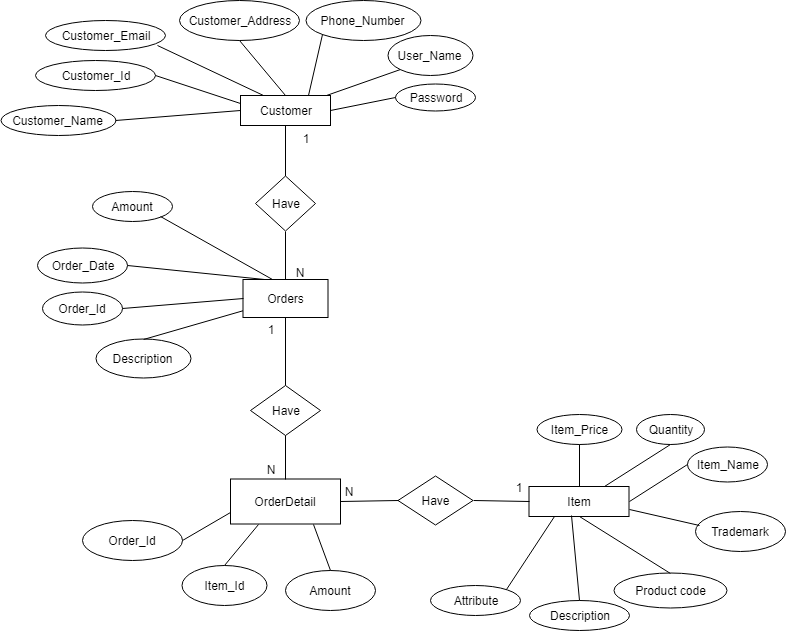
The draw.io diagram Document/ERD.png in LinhNguyennnn/Shop_HeadPhone_G03, before a commit. Source tidied: cells renumbered, new cells last; positions are measured from the earlier drawing's top-left corner, leaving out a move shared by most shapes.
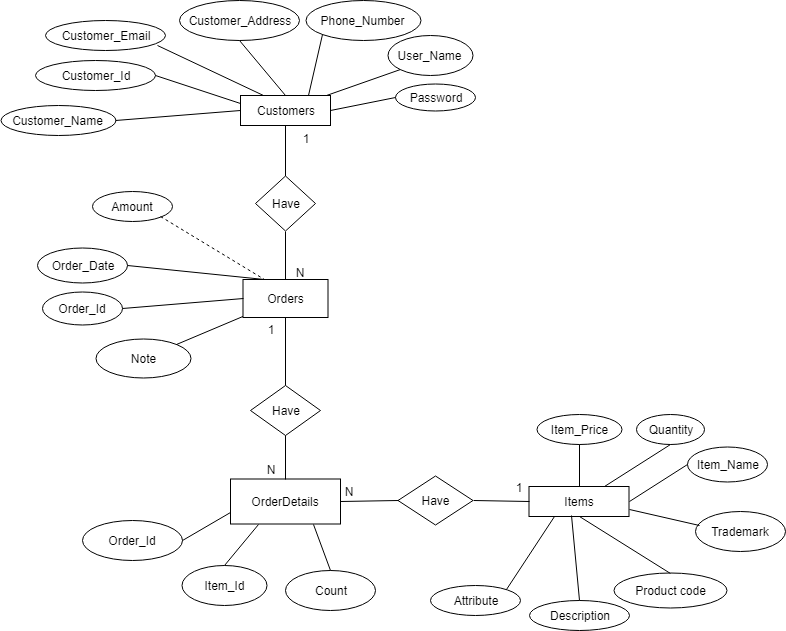
The same file after the commit.

What changed in the source:
```diff
@@ -2,10 +2,10 @@
   <root>
     <mxCell id="0" />
     <mxCell id="1" parent="0" />
-    <mxCell id="2" value="Customer" style="rounded=0;whiteSpace=wrap;html=1;" parent="1" vertex="1">
+    <mxCell id="2" value="Customers" style="rounded=0;whiteSpace=wrap;html=1;" parent="1" vertex="1">
       <mxGeometry x="240" y="95" width="90" height="30" as="geometry" />
     </mxCell>
-    <mxCell id="3" value="Item" style="rounded=0;whiteSpace=wrap;html=1;" parent="1" vertex="1">
+    <mxCell id="3" value="Items" style="rounded=0;whiteSpace=wrap;html=1;" parent="1" vertex="1">
       <mxGeometry x="528.5" y="486" width="100" height="30" as="geometry" />
     </mxCell>
     <mxCell id="4" value="Customer_Name" style="ellipse;whiteSpace=wrap;html=1;" parent="1" vertex="1">
@@ -92,10 +92,10 @@
     <mxCell id="31" value="Order_Date" style="ellipse;whiteSpace=wrap;html=1;" parent="1" vertex="1">
       <mxGeometry x="36.5" y="247" width="90" height="35" as="geometry" />
     </mxCell>
-    <mxCell id="32" value="Description" style="ellipse;whiteSpace=wrap;html=1;" parent="1" vertex="1">
+    <mxCell id="32" value="Note" style="ellipse;whiteSpace=wrap;html=1;" parent="1" vertex="1">
       <mxGeometry x="95" y="338.5" width="95" height="39" as="geometry" />
     </mxCell>
-    <mxCell id="33" style="endArrow=none;html=1;entryX=0.5;entryY=0;entryDx=0;entryDy=0;" parent="1" edge="1" source="29" target="32">
+    <mxCell id="33" style="endArrow=none;html=1;entryX=1;entryY=0;entryDx=0;entryDy=0;" parent="1" edge="1" source="29" target="32">
       <mxGeometry relative="1" as="geometry" />
     </mxCell>
     <mxCell id="34" style="endArrow=none;html=1;entryX=1;entryY=0.5;entryDx=0;entryDy=0;exitX=0.25;exitY=0;exitDx=0;exitDy=0;" parent="1" edge="1" source="29" target="31">
@@ -119,13 +119,13 @@
     <mxCell id="40" value="N" style="text;html=1;strokeColor=none;fillColor=none;align=center;verticalAlign=middle;whiteSpace=wrap;rounded=0;" parent="1" vertex="1">
       <mxGeometry x="279" y="262" width="40" height="20" as="geometry" />
     </mxCell>
-    <mxCell id="41" value="OrderDetail" style="rounded=0;whiteSpace=wrap;html=1;" parent="1" vertex="1">
+    <mxCell id="41" value="OrderDetails" style="rounded=0;whiteSpace=wrap;html=1;" parent="1" vertex="1">
       <mxGeometry x="230" y="478.5" width="110" height="45" as="geometry" />
     </mxCell>
     <mxCell id="42" value="Order_Id" style="ellipse;whiteSpace=wrap;html=1;" parent="1" vertex="1">
       <mxGeometry x="81.5" y="520" width="100" height="40" as="geometry" />
     </mxCell>
-    <mxCell id="43" value="Amount" style="ellipse;whiteSpace=wrap;html=1;" parent="1" vertex="1">
+    <mxCell id="43" value="Count" style="ellipse;whiteSpace=wrap;html=1;" parent="1" vertex="1">
       <mxGeometry x="285" y="570" width="90" height="40" as="geometry" />
     </mxCell>
     <mxCell id="44" style="endArrow=none;html=1;entryX=0;entryY=0.75;entryDx=0;entryDy=0;exitX=1;exitY=0.5;exitDx=0;exitDy=0;" parent="1" edge="1" source="42" target="41">
@@ -167,9 +167,6 @@
     <mxCell id="56" value="&lt;span&gt;Amount&lt;/span&gt;" style="ellipse;whiteSpace=wrap;html=1;" parent="1" vertex="1">
       <mxGeometry x="91.5" y="190.5" width="80" height="30" as="geometry" />
     </mxCell>
-    <mxCell id="57" style="endArrow=none;html=1;entryX=0.347;entryY=0;entryDx=0;entryDy=0;entryPerimeter=0;exitX=1;exitY=1;exitDx=0;exitDy=0;" parent="1" edge="1" source="56" target="29">
-      <mxGeometry relative="1" as="geometry" />
-    </mxCell>
     <mxCell id="58" value="Item_Id" style="ellipse;whiteSpace=wrap;html=1;" parent="1" vertex="1">
       <mxGeometry x="181.5" y="565" width="85" height="40" as="geometry" />
     </mxCell>
@@ -188,5 +185,8 @@
     <mxCell id="63" style="endArrow=none;html=1;entryX=0;entryY=0.5;entryDx=0;entryDy=0;exitX=1;exitY=0.5;exitDx=0;exitDy=0;" parent="1" edge="1" source="2" target="60">
       <mxGeometry relative="1" as="geometry" />
     </mxCell>
+    <mxCell id="57" style="endArrow=none;dashed=1;html=1;entryX=0.25;entryY=0;entryDx=0;entryDy=0;exitX=1;exitY=1;exitDx=0;exitDy=0;" parent="1" edge="1" source="56" target="29">
+      <mxGeometry relative="1" as="geometry" />
+    </mxCell>
   </root>
 </mxGraphModel>
```
